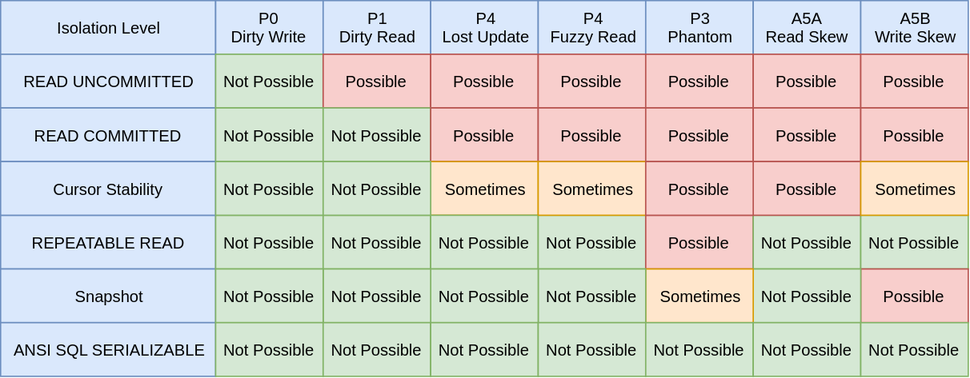
The draw.io diagram source/_posts/QQA-Isolation-Level-of-Database/Isolation.svg in lotabout/lotabout.github.io, before a commit. Source tidied: cells renumbered, new cells last; positions are measured from the earlier drawing's top-left corner, leaving out a move shared by most shapes.
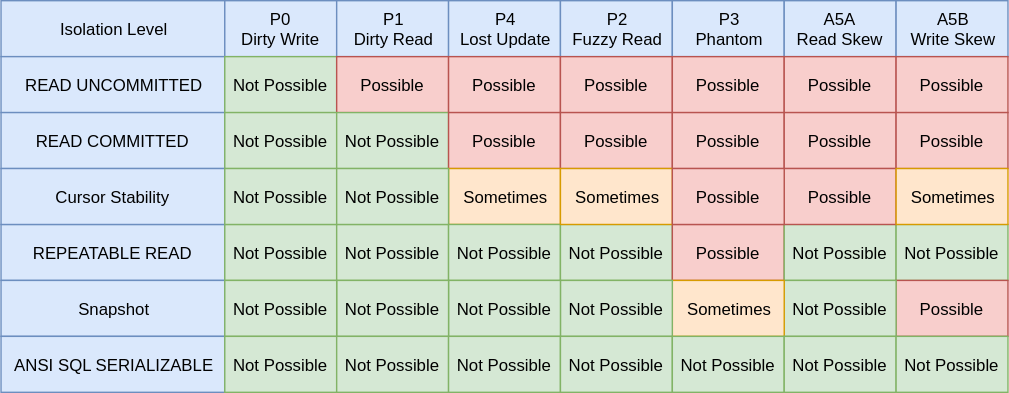
The same file after the commit.

Commit message:
[Isolation] fix typo

Change to the diagram source:
```diff
@@ -14,7 +14,7 @@
     <mxCell id="5" value="P4&lt;br&gt;Lost Update" style="rounded=0;whiteSpace=wrap;html=1;fillColor=#dae8fc;strokeColor=#6c8ebf;" parent="1" vertex="1">
       <mxGeometry x="320" width="80" height="40" as="geometry" />
     </mxCell>
-    <mxCell id="6" value="P4&lt;br&gt;Fuzzy Read" style="rounded=0;whiteSpace=wrap;html=1;fillColor=#dae8fc;strokeColor=#6c8ebf;" parent="1" vertex="1">
+    <mxCell id="6" value="P2&lt;br&gt;Fuzzy Read" style="rounded=0;whiteSpace=wrap;html=1;fillColor=#dae8fc;strokeColor=#6c8ebf;" parent="1" vertex="1">
       <mxGeometry x="400" width="80" height="40" as="geometry" />
     </mxCell>
     <mxCell id="7" value="P3&lt;br&gt;Phantom" style="rounded=0;whiteSpace=wrap;html=1;fillColor=#dae8fc;strokeColor=#6c8ebf;" parent="1" vertex="1">
```
